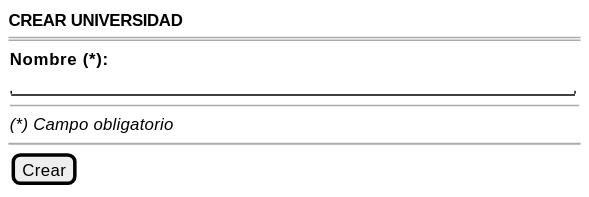
The PlantUML diagram images/RUP/01-requisitos/03-detalle-casos-uso/crearUniversidad/wireframe.svg in mmasias/pyCeldaPublico, before a commit. Source of this version:
```plantuml
@startsalt crearUniversidad-wireframe
{
    <b>CREAR UNIVERSIDAD</b>
    ====
    {
        <b>Nombre (*):</b>
        "                                                  "
        --
        <i>(*) Campo obligatorio</i>
    }
    ~~
    {[Crear]}
}
@endsalt
```
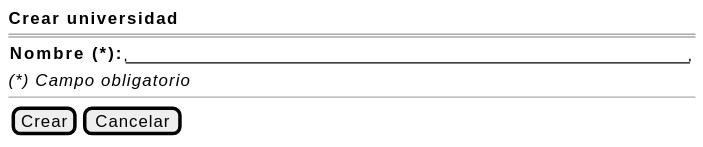
After the commit.

Change to the diagram source:
```diff
@@ -1,14 +1,12 @@
 @startsalt crearUniversidad-wireframe
 {
-    <b>CREAR UNIVERSIDAD</b>
+    <b>Crear universidad</b>
     ====
     {
-        <b>Nombre (*):</b>
-        "                                                  "
-        --
-        <i>(*) Campo obligatorio</i>
+        <b>Nombre (*):</b> | "                                                  "
     }
-    ~~
-    {[Crear]}
+    <i>(*) Campo obligatorio</i>
+    --
+    {[Crear] | [Cancelar]}
 }
 @endsalt
```
